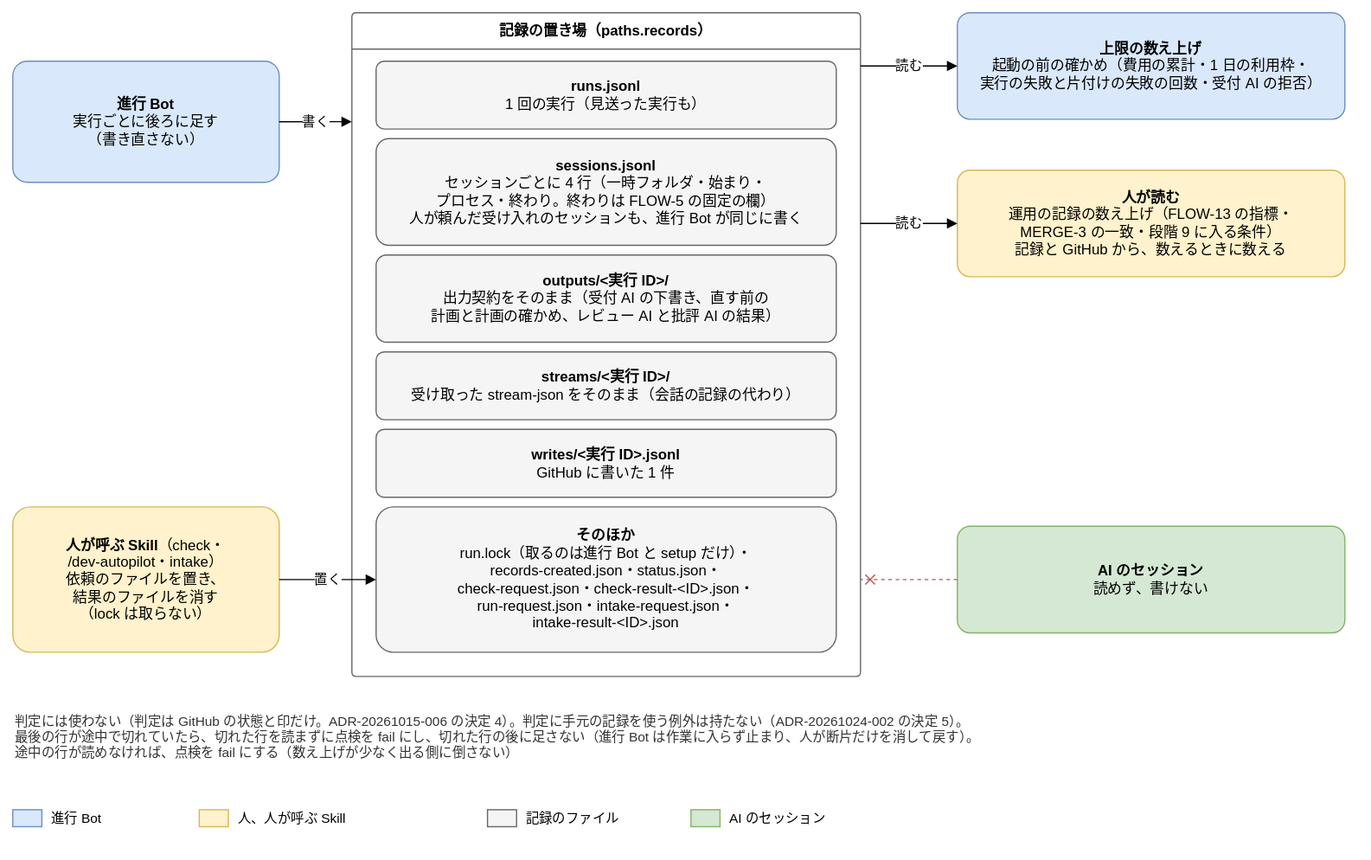
Above: docs/design/basic/diagrams/02-records.drawio.svg in Joymerrevent/dev-autopilot (draw.io), before the change. Source tidied: cells renumbered, new cells last; positions are measured from the earlier drawing's top-left corner, leaving out a move shared by most shapes.
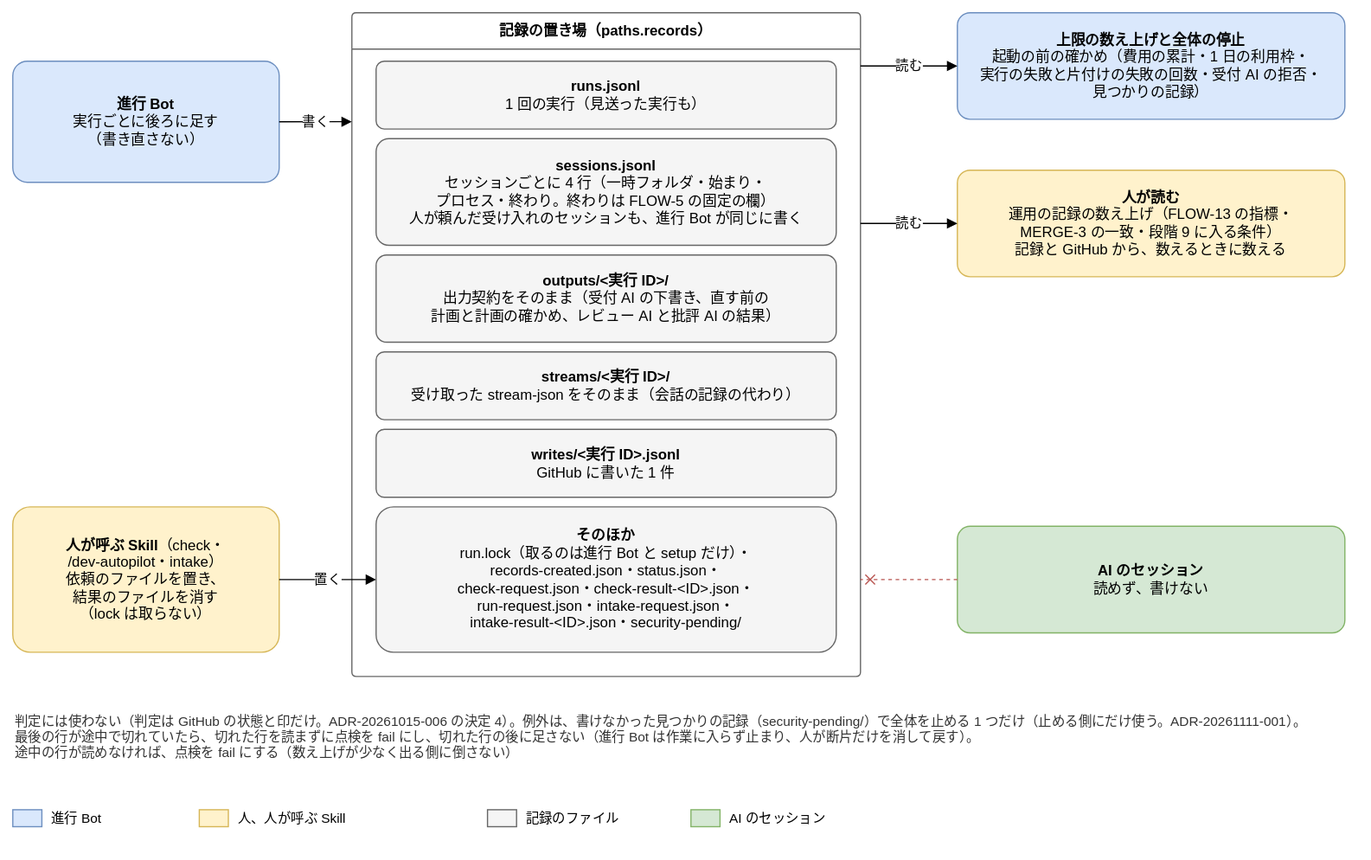
After the commit.

The edit, as a diff of the source:
```diff
@@ -20,7 +20,7 @@
     <mxCell id="7" value="&lt;b&gt;writes/&amp;lt;実行 ID&amp;gt;.jsonl&lt;/b&gt;&lt;br&gt;GitHub に書いた 1 件" style="rounded=1;whiteSpace=wrap;html=1;fontSize=12;arcSize=12;fillColor=#f5f5f5;strokeColor=#666666;spacing=8;" parent="1" vertex="1">
       <mxGeometry x="300" y="344" width="380" height="56" as="geometry" />
     </mxCell>
-    <mxCell id="8" value="&lt;b&gt;そのほか&lt;/b&gt;&lt;br&gt;run.lock（取るのは進行 Bot と setup だけ）・&lt;br&gt;records-created.json・status.json・&lt;br&gt;check-request.json・check-result-&amp;lt;ID&amp;gt;.json・&lt;br&gt;run-request.json・intake-request.json・&lt;br&gt;intake-result-&amp;lt;ID&amp;gt;.json" style="rounded=1;whiteSpace=wrap;html=1;fontSize=12;arcSize=12;fillColor=#f5f5f5;strokeColor=#666666;spacing=8;" parent="1" vertex="1">
+    <mxCell id="8" value="&lt;b&gt;そのほか&lt;/b&gt;&lt;br&gt;run.lock（取るのは進行 Bot と setup だけ）・&lt;br&gt;records-created.json・status.json・&lt;br&gt;check-request.json・check-result-&amp;lt;ID&amp;gt;.json・&lt;br&gt;run-request.json・intake-request.json・&lt;br&gt;intake-result-&amp;lt;ID&amp;gt;.json・security-pending/" style="rounded=1;whiteSpace=wrap;html=1;fontSize=12;arcSize=12;fillColor=#f5f5f5;strokeColor=#666666;spacing=8;" parent="1" vertex="1">
       <mxGeometry x="300" y="408" width="380" height="120" as="geometry" />
     </mxCell>
     <mxCell id="9" value="&lt;b&gt;進行 Bot&lt;/b&gt;&lt;br&gt;実行ごとに後ろに足す&lt;br&gt;（書き直さない）" style="rounded=1;whiteSpace=wrap;html=1;fontSize=12;arcSize=12;fillColor=#dae8fc;strokeColor=#6c8ebf;spacing=8;" parent="1" vertex="1">
@@ -35,7 +35,7 @@
     <mxCell id="12" value="置く" style="edgeStyle=orthogonalEdgeStyle;rounded=1;html=1;endArrow=block;endFill=1;fontSize=11;labelBackgroundColor=#ffffff;exitX=1;exitY=0.5;exitDx=0;exitDy=0;entryX=0;entryY=0.5;entryDx=0;entryDy=0;" parent="1" edge="1" source="11" target="8">
       <mxGeometry relative="1" as="geometry" />
     </mxCell>
-    <mxCell id="13" value="&lt;b&gt;上限の数え上げ&lt;/b&gt;&lt;br&gt;起動の前の確かめ（費用の累計・1 日の利用枠・&lt;br&gt;実行の失敗と片付けの失敗の回数・受付 AI の拒否）" style="rounded=1;whiteSpace=wrap;html=1;fontSize=12;arcSize=12;fillColor=#dae8fc;strokeColor=#6c8ebf;spacing=8;" parent="1" vertex="1">
+    <mxCell id="13" value="&lt;b&gt;上限の数え上げと全体の停止&lt;/b&gt;&lt;br&gt;起動の前の確かめ（費用の累計・1 日の利用枠・&lt;br&gt;実行の失敗と片付けの失敗の回数・受付 AI の拒否・&lt;br&gt;見つかりの記録）" style="rounded=1;whiteSpace=wrap;html=1;fontSize=12;arcSize=12;fillColor=#dae8fc;strokeColor=#6c8ebf;spacing=8;" parent="1" vertex="1">
       <mxGeometry x="780" width="320" height="88" as="geometry" />
     </mxCell>
     <mxCell id="14" value="読む" style="edgeStyle=orthogonalEdgeStyle;rounded=1;html=1;endArrow=block;endFill=1;fontSize=11;labelBackgroundColor=#ffffff;exitX=1;exitY=0.0803;exitDx=0;exitDy=0;entryX=0;entryY=0.5;entryDx=0;entryDy=0;" parent="1" edge="1" source="2" target="13">
@@ -53,7 +53,7 @@
     <mxCell id="18" style="edgeStyle=orthogonalEdgeStyle;rounded=1;html=1;endArrow=block;endFill=1;fontSize=11;labelBackgroundColor=#ffffff;dashed=1;strokeColor=#b85450;endArrow=cross;endFill=0;exitX=0;exitY=0.5;exitDx=0;exitDy=0;entryX=1;entryY=0.854;entryDx=0;entryDy=0;" parent="1" edge="1" source="17" target="2">
       <mxGeometry relative="1" as="geometry" />
     </mxCell>
-    <mxCell id="19" value="判定には使わない（判定は GitHub の状態と印だけ。ADR-20261015-006 の決定 4）。判定に手元の記録を使う例外は持たない（ADR-20261024-002 の決定 5）。&lt;br&gt;最後の行が途中で切れていたら、切れた行を読まずに点検を fail にし、切れた行の後に足さない（進行 Bot は作業に入らず止まり、人が断片だけを消して戻す）。&lt;br&gt;途中の行が読めなければ、点検を fail にする（数え上げが少なく出る側に倒さない）" style="text;html=1;whiteSpace=wrap;align=left;verticalAlign=top;fontSize=11;fontColor=#333333;" parent="1" vertex="1">
+    <mxCell id="19" value="判定には使わない（判定は GitHub の状態と印だけ。ADR-20261015-006 の決定 4）。例外は、書けなかった見つかりの記録（security-pending/）で全体を止める 1 つだけ（止める側にだけ使う。ADR-20261111-001）。&lt;br&gt;最後の行が途中で切れていたら、切れた行を読まずに点検を fail にし、切れた行の後に足さない（進行 Bot は作業に入らず止まり、人が断片だけを消して戻す）。&lt;br&gt;途中の行が読めなければ、点検を fail にする（数え上げが少なく出る側に倒さない）" style="text;html=1;whiteSpace=wrap;align=left;verticalAlign=top;fontSize=11;fontColor=#333333;" parent="1" vertex="1">
       <mxGeometry y="572" width="1100" height="60" as="geometry" />
     </mxCell>
     <mxCell id="20" style="rounded=0;whiteSpace=wrap;html=1;fillColor=#dae8fc;strokeColor=#6c8ebf;" parent="1" vertex="1">
```
